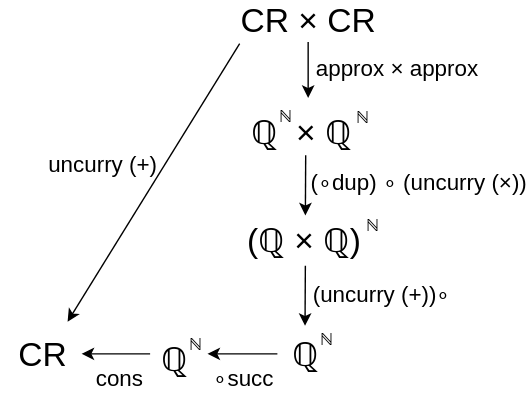
Above: images/sum.svg in tiago-bacelar/masters-thesis (draw.io), before the change. Source tidied: cells renumbered, new cells last; positions are measured from the earlier drawing's top-left corner, leaving out a move shared by most shapes.
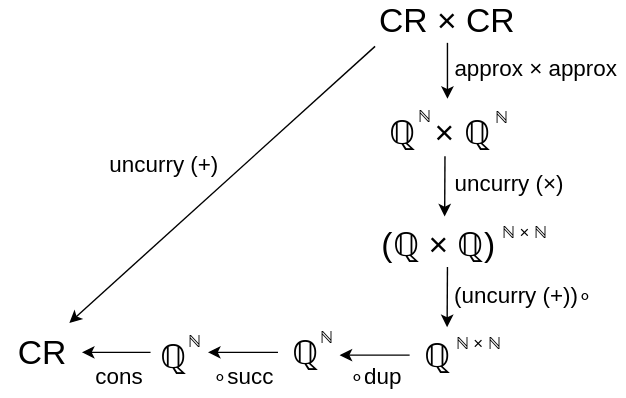
The same diagram one commit later.

Diff of the diagram source:
```diff
@@ -3,90 +3,105 @@
     <mxCell id="0" />
     <mxCell id="1" parent="0" />
     <mxCell id="2" value="&lt;font style=&quot;font-size: 24px;&quot;&gt;CR&amp;nbsp;&lt;/font&gt;&lt;font style=&quot;font-size: 24px;&quot;&gt;×&lt;/font&gt;&lt;font style=&quot;font-size: 24px;&quot;&gt;&amp;nbsp;CR&lt;/font&gt;" style="text;html=1;whiteSpace=wrap;strokeColor=none;fillColor=none;align=center;verticalAlign=middle;rounded=0;" parent="1" vertex="1">
-      <mxGeometry x="161" width="118" height="30" as="geometry" />
+      <mxGeometry x="259" y="80" width="118" height="30" as="geometry" />
     </mxCell>
     <mxCell id="3" style="endArrow=classic;html=1;rounded=0;" parent="1" edge="1">
       <mxGeometry relative="1" as="geometry">
-        <mxPoint x="220" y="30" as="sourcePoint" />
-        <mxPoint x="220" y="70" as="targetPoint" />
+        <mxPoint x="318" y="110" as="sourcePoint" />
+        <mxPoint x="318" y="150" as="targetPoint" />
       </mxGeometry>
     </mxCell>
     <mxCell id="4" value="&lt;font style=&quot;font-size: 24px;&quot;&gt;ℚ&lt;/font&gt;&lt;font style=&quot;font-size: 24px;&quot;&gt;&amp;nbsp;&lt;/font&gt;&lt;font style=&quot;font-size: 24px;&quot;&gt;&amp;nbsp;×&lt;/font&gt;&lt;font style=&quot;font-size: 24px;&quot;&gt;&amp;nbsp;&lt;/font&gt;&lt;font style=&quot;font-size: 24px;&quot;&gt;ℚ&lt;/font&gt;" style="text;html=1;whiteSpace=wrap;strokeColor=none;fillColor=none;align=center;verticalAlign=middle;rounded=0;" parent="1" vertex="1">
-      <mxGeometry x="156" y="80" width="118" height="30" as="geometry" />
+      <mxGeometry x="254" y="160" width="118" height="30" as="geometry" />
     </mxCell>
     <mxCell id="5" value="&lt;font&gt;ℕ&lt;/font&gt;" style="text;html=1;whiteSpace=wrap;strokeColor=none;fillColor=none;align=center;verticalAlign=middle;rounded=0;" parent="1" vertex="1">
-      <mxGeometry x="189" y="73" width="30" height="20" as="geometry" />
+      <mxGeometry x="287" y="153" width="30" height="20" as="geometry" />
     </mxCell>
     <mxCell id="6" value="&lt;font&gt;ℕ&lt;/font&gt;" style="text;html=1;whiteSpace=wrap;strokeColor=none;fillColor=none;align=center;verticalAlign=middle;rounded=0;" parent="1" vertex="1">
-      <mxGeometry x="244" y="74" width="30" height="20" as="geometry" />
+      <mxGeometry x="342" y="154" width="30" height="20" as="geometry" />
     </mxCell>
     <mxCell id="7" value="&lt;font style=&quot;font-size: 24px;&quot;&gt;(&lt;/font&gt;&lt;font style=&quot;font-size: 24px;&quot;&gt;ℚ&lt;/font&gt;&lt;font style=&quot;font-size: 24px;&quot;&gt;&amp;nbsp;×&amp;nbsp;&lt;/font&gt;&lt;font style=&quot;font-size: 24px;&quot;&gt;ℚ)&lt;/font&gt;" style="text;html=1;whiteSpace=wrap;strokeColor=none;fillColor=none;align=center;verticalAlign=middle;rounded=0;" parent="1" vertex="1">
-      <mxGeometry x="158" y="157" width="118" height="30" as="geometry" />
+      <mxGeometry x="253" y="240" width="118" height="30" as="geometry" />
     </mxCell>
-    <mxCell id="8" value="&lt;font&gt;ℕ&lt;/font&gt;" style="text;html=1;whiteSpace=wrap;strokeColor=none;fillColor=none;align=center;verticalAlign=middle;rounded=0;" parent="1" vertex="1">
-      <mxGeometry x="251" y="151" width="30" height="20" as="geometry" />
-    </mxCell>
     <mxCell id="9" style="endArrow=classic;html=1;rounded=0;" parent="1" edge="1">
       <mxGeometry relative="1" as="geometry">
-        <mxPoint x="218" y="190" as="sourcePoint" />
-        <mxPoint x="217.8" y="233" as="targetPoint" />
+        <mxPoint x="318" y="270" as="sourcePoint" />
+        <mxPoint x="317.8" y="313" as="targetPoint" />
       </mxGeometry>
     </mxCell>
     <mxCell id="10" value="&lt;font style=&quot;font-size: 24px;&quot;&gt;ℚ&lt;/font&gt;" style="text;html=1;whiteSpace=wrap;strokeColor=none;fillColor=none;align=center;verticalAlign=middle;rounded=0;" parent="1" vertex="1">
-      <mxGeometry x="204" y="239" width="28" height="30" as="geometry" />
+      <mxGeometry x="203" y="317" width="28" height="30" as="geometry" />
     </mxCell>
     <mxCell id="11" value="&lt;font&gt;ℕ&lt;/font&gt;" style="text;html=1;whiteSpace=wrap;strokeColor=none;fillColor=none;align=center;verticalAlign=middle;rounded=0;" parent="1" vertex="1">
-      <mxGeometry x="218" y="233" width="30" height="20" as="geometry" />
+      <mxGeometry x="217" y="311" width="30" height="20" as="geometry" />
     </mxCell>
     <mxCell id="12" style="endArrow=classic;html=1;rounded=0;" parent="1" edge="1">
       <mxGeometry relative="1" as="geometry">
-        <mxPoint x="198" y="253" as="sourcePoint" />
-        <mxPoint x="148" y="253" as="targetPoint" />
+        <mxPoint x="197" y="331" as="sourcePoint" />
+        <mxPoint x="147" y="331" as="targetPoint" />
       </mxGeometry>
     </mxCell>
     <mxCell id="13" value="&lt;font style=&quot;font-size: 24px;&quot;&gt;ℚ&lt;/font&gt;" style="text;html=1;whiteSpace=wrap;strokeColor=none;fillColor=none;align=center;verticalAlign=middle;rounded=0;" parent="1" vertex="1">
-      <mxGeometry x="109.5" y="242" width="28" height="30" as="geometry" />
+      <mxGeometry x="108.5" y="320" width="28" height="30" as="geometry" />
     </mxCell>
     <mxCell id="14" value="&lt;font&gt;ℕ&lt;/font&gt;" style="text;html=1;whiteSpace=wrap;strokeColor=none;fillColor=none;align=center;verticalAlign=middle;rounded=0;" parent="1" vertex="1">
-      <mxGeometry x="123.5" y="236" width="30" height="20" as="geometry" />
+      <mxGeometry x="122.5" y="314" width="30" height="20" as="geometry" />
     </mxCell>
     <mxCell id="15" style="endArrow=classic;html=1;rounded=0;" parent="1" edge="1">
       <mxGeometry relative="1" as="geometry">
-        <mxPoint x="107" y="253" as="sourcePoint" />
-        <mxPoint x="58" y="253" as="targetPoint" />
+        <mxPoint x="106" y="331" as="sourcePoint" />
+        <mxPoint x="57" y="331" as="targetPoint" />
       </mxGeometry>
     </mxCell>
     <mxCell id="16" value="&lt;font style=&quot;font-size: 24px;&quot;&gt;CR&lt;/font&gt;" style="text;html=1;whiteSpace=wrap;strokeColor=none;fillColor=none;align=center;verticalAlign=middle;rounded=0;" parent="1" vertex="1">
-      <mxGeometry y="239" width="60" height="30" as="geometry" />
+      <mxGeometry x="-1" y="317" width="60" height="30" as="geometry" />
     </mxCell>
-    <mxCell id="17" style="endArrow=classic;html=1;rounded=0;exitX=0.085;exitY=1.037;exitDx=0;exitDy=0;exitPerimeter=0;" parent="1" edge="1" source="2">
+    <mxCell id="17" style="endArrow=classic;html=1;rounded=0;exitX=0.062;exitY=1.084;exitDx=0;exitDy=0;exitPerimeter=0;" parent="1" edge="1" source="2">
       <mxGeometry relative="1" as="geometry">
-        <mxPoint x="48" y="230" as="targetPoint" />
+        <mxPoint x="48" y="310" as="targetPoint" />
       </mxGeometry>
     </mxCell>
     <mxCell id="18" value="&lt;font style=&quot;font-size: 16px;&quot;&gt;cons&lt;/font&gt;" style="text;html=1;whiteSpace=wrap;strokeColor=none;fillColor=none;align=center;verticalAlign=middle;rounded=0;" parent="1" vertex="1">
-      <mxGeometry x="55" y="255" width="60" height="30" as="geometry" />
+      <mxGeometry x="54" y="333" width="60" height="30" as="geometry" />
     </mxCell>
     <mxCell id="19" style="endArrow=classic;html=1;rounded=0;" parent="1" edge="1">
       <mxGeometry relative="1" as="geometry">
-        <mxPoint x="218.2" y="111" as="sourcePoint" />
-        <mxPoint x="218" y="154" as="targetPoint" />
+        <mxPoint x="316.2" y="191" as="sourcePoint" />
+        <mxPoint x="316" y="234" as="targetPoint" />
       </mxGeometry>
     </mxCell>
     <mxCell id="20" value="&lt;font style=&quot;font-size: 16px;&quot;&gt;uncurry (+)&lt;/font&gt;" style="text;html=1;whiteSpace=wrap;strokeColor=none;fillColor=none;align=center;verticalAlign=middle;rounded=0;" parent="1" vertex="1">
-      <mxGeometry x="27.5" y="102" width="90" height="30" as="geometry" />
+      <mxGeometry x="71" y="182" width="90" height="30" as="geometry" />
     </mxCell>
     <mxCell id="21" value="&lt;span style=&quot;font-weight: normal;&quot;&gt;&lt;font style=&quot;font-size: 16px;&quot;&gt;∘&lt;/font&gt;&lt;/span&gt;&lt;font style=&quot;font-size: 16px;&quot;&gt;succ&lt;/font&gt;&lt;span style=&quot;font-weight: normal;&quot;&gt;&lt;font style=&quot;font-size: 16px;&quot;&gt;&amp;nbsp;&lt;/font&gt;&lt;/span&gt;" style="text;html=1;whiteSpace=wrap;strokeColor=none;fillColor=none;align=center;verticalAlign=middle;rounded=0;" parent="1" vertex="1">
-      <mxGeometry x="146" y="255" width="60" height="30" as="geometry" />
+      <mxGeometry x="145" y="333" width="60" height="30" as="geometry" />
     </mxCell>
     <mxCell id="22" value="&lt;font style=&quot;font-size: 16px;&quot;&gt;(uncurry (+))&lt;/font&gt;&lt;span style=&quot;font-weight: normal;&quot;&gt;&lt;font style=&quot;font-size: 16px;&quot;&gt;∘&lt;/font&gt;&lt;/span&gt;" style="text;html=1;whiteSpace=wrap;strokeColor=none;fillColor=none;align=center;verticalAlign=middle;rounded=0;" parent="1" vertex="1">
-      <mxGeometry x="217" y="195" width="111" height="30" as="geometry" />
+      <mxGeometry x="317" y="275" width="111" height="30" as="geometry" />
     </mxCell>
     <mxCell id="23" value="&lt;font style=&quot;font-size: 16px;&quot;&gt;approx&amp;nbsp;&lt;/font&gt;&lt;font style=&quot;font-size: 16px;&quot;&gt;×&lt;/font&gt;&lt;font style=&quot;font-size: 16px;&quot;&gt; approx&lt;/font&gt;" style="text;html=1;whiteSpace=wrap;strokeColor=none;fillColor=none;align=center;verticalAlign=middle;rounded=0;" parent="1" vertex="1">
-      <mxGeometry x="219" y="33" width="129" height="30" as="geometry" />
+      <mxGeometry x="317" y="113" width="129" height="30" as="geometry" />
     </mxCell>
-    <mxCell id="24" value="&lt;font style=&quot;font-size: 16px;&quot;&gt;(&lt;/font&gt;&lt;span style=&quot;font-weight: normal;&quot;&gt;&lt;font style=&quot;font-size: 16px;&quot;&gt;∘&lt;/font&gt;&lt;/span&gt;&lt;font style=&quot;font-size: 16px;&quot;&gt;dup)&amp;nbsp;&lt;/font&gt;&lt;span style=&quot;font-weight: normal;&quot;&gt;&lt;font style=&quot;font-size: 16px;&quot;&gt;∘&lt;/font&gt;&lt;/span&gt;&lt;font style=&quot;font-size: 16px;&quot;&gt;&amp;nbsp;(uncurry (&lt;/font&gt;&lt;font style=&quot;font-size: 16px;&quot;&gt;×&lt;/font&gt;&lt;font style=&quot;font-size: 16px;&quot;&gt;))&lt;/font&gt;" style="text;html=1;whiteSpace=wrap;strokeColor=none;fillColor=none;align=center;verticalAlign=middle;rounded=0;" parent="1" vertex="1">
-      <mxGeometry x="219" y="115" width="160" height="30" as="geometry" />
+    <mxCell id="24" value="&lt;font style=&quot;font-size: 16px;&quot;&gt;uncurry (&lt;/font&gt;&lt;font style=&quot;font-size: 16px;&quot;&gt;×&lt;/font&gt;&lt;font style=&quot;font-size: 16px;&quot;&gt;)&lt;/font&gt;" style="text;html=1;whiteSpace=wrap;strokeColor=none;fillColor=none;align=center;verticalAlign=middle;rounded=0;" parent="1" vertex="1">
+      <mxGeometry x="317" y="195" width="91" height="30" as="geometry" />
     </mxCell>
+    <mxCell id="25" value="&lt;font&gt;ℕ&amp;nbsp;&lt;/font&gt;&lt;font&gt;×&amp;nbsp;&lt;/font&gt;&lt;font&gt;ℕ&lt;/font&gt;&lt;font style=&quot;font-size: 24px;&quot;&gt;&lt;/font&gt;" style="text;html=1;whiteSpace=wrap;strokeColor=none;fillColor=none;align=center;verticalAlign=middle;rounded=0;" parent="1" vertex="1">
+      <mxGeometry x="353" y="232" width="41" height="20" as="geometry" />
+    </mxCell>
+    <mxCell id="26" value="&lt;font style=&quot;font-size: 16px;&quot;&gt;&lt;/font&gt;&lt;span style=&quot;font-weight: normal;&quot;&gt;&lt;font style=&quot;font-size: 16px;&quot;&gt;∘&lt;/font&gt;&lt;/span&gt;&lt;font style=&quot;font-size: 16px;&quot;&gt;dup&lt;/font&gt;" style="text;whiteSpace=wrap;html=1;" parent="1" vertex="1">
+      <mxGeometry x="247" y="332" width="40" height="30" as="geometry" />
+    </mxCell>
+    <mxCell id="27" value="&lt;font style=&quot;font-size: 24px;&quot;&gt;ℚ&lt;/font&gt;" style="text;html=1;whiteSpace=wrap;strokeColor=none;fillColor=none;align=center;verticalAlign=middle;rounded=0;" parent="1" vertex="1">
+      <mxGeometry x="297" y="319" width="28" height="30" as="geometry" />
+    </mxCell>
+    <mxCell id="28" value="&lt;font&gt;ℕ&amp;nbsp;&lt;/font&gt;&lt;font&gt;×&amp;nbsp;&lt;/font&gt;&lt;font&gt;ℕ&lt;/font&gt;&lt;font style=&quot;font-size: 24px;&quot;&gt;&lt;/font&gt;" style="text;html=1;whiteSpace=wrap;strokeColor=none;fillColor=none;align=center;verticalAlign=middle;rounded=0;" parent="1" vertex="1">
+      <mxGeometry x="320" y="311" width="41" height="20" as="geometry" />
+    </mxCell>
+    <mxCell id="29" style="endArrow=classic;html=1;rounded=0;" parent="1" edge="1">
+      <mxGeometry relative="1" as="geometry">
+        <mxPoint x="291" y="333" as="sourcePoint" />
+        <mxPoint x="241" y="333" as="targetPoint" />
+      </mxGeometry>
+    </mxCell>
   </root>
 </mxGraphModel>
```
